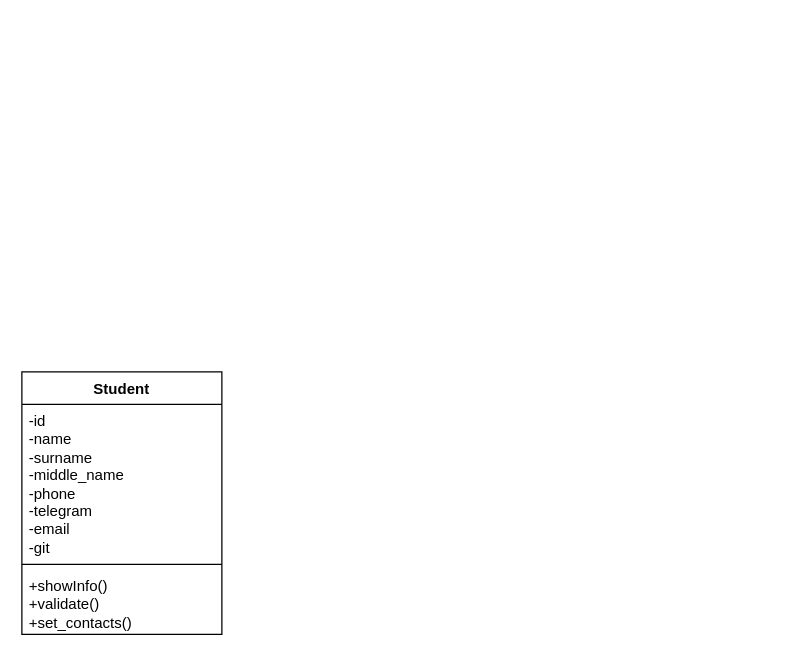
Before: Диаграмма классов.drawio in lotarv/designPatterns, a draw.io diagram. Source tidied: cells renumbered, new cells numbered last; positions are measured from the earlier drawing's top-left corner, leaving out a move shared by most shapes. Both pictures are drawn from the tidied source at 125%, with x=0, y=0 at pixel (21, 371).
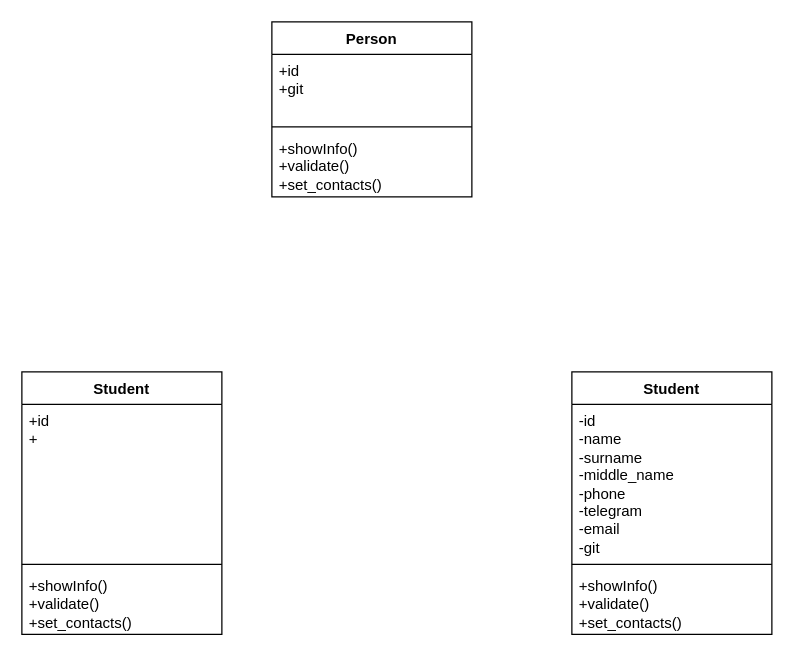
Above is the later version.

The edit, as a diff of the source:
```diff
@@
 <mxGraphModel>
   <root>
     <mxCell id="0" />
     <mxCell id="1" parent="0" />
     <mxCell id="2" value="Student" style="swimlane;fontStyle=1;align=center;verticalAlign=top;horizontal=1;startSize=26;whiteSpace=wrap;html=1;" parent="1" vertex="1">
       <mxGeometry width="160" height="210" as="geometry" />
     </mxCell>
-    <mxCell id="3" value="-id&lt;div&gt;-name&lt;/div&gt;&lt;div&gt;-surname&lt;/div&gt;&lt;div&gt;-middle_name&lt;/div&gt;&lt;div&gt;-phone&lt;/div&gt;&lt;div&gt;-telegram&lt;/div&gt;&lt;div&gt;-email&lt;/div&gt;&lt;div&gt;-git&lt;/div&gt;" style="text;strokeColor=none;fillColor=none;align=left;verticalAlign=top;spacingLeft=4;spacingRight=4;overflow=hidden;whiteSpace=wrap;html=1;" parent="2" vertex="1">
+    <mxCell id="3" value="+id&lt;div&gt;+&lt;/div&gt;" style="text;strokeColor=none;fillColor=none;align=left;verticalAlign=top;spacingLeft=4;spacingRight=4;overflow=hidden;whiteSpace=wrap;html=1;" parent="2" vertex="1">
       <mxGeometry y="26" width="160" height="124" as="geometry" />
     </mxCell>
     <mxCell id="4" style="line;strokeWidth=1;fillColor=none;align=left;verticalAlign=middle;spacingTop=-1;spacingLeft=3;spacingRight=3;labelPosition=right;strokeColor=inherit;" parent="2" vertex="1">
       <mxGeometry y="150" width="160" height="8" as="geometry" />
     </mxCell>
     <mxCell id="5" value="+showInfo()&lt;div&gt;+validate()&lt;/div&gt;&lt;div&gt;+set_contacts()&lt;/div&gt;&lt;div&gt;&lt;br&gt;&lt;/div&gt;" style="text;strokeColor=none;fillColor=none;align=left;verticalAlign=top;spacingLeft=4;spacingRight=4;overflow=hidden;whiteSpace=wrap;html=1;" parent="2" vertex="1">
       <mxGeometry y="158" width="160" height="52" as="geometry" />
     </mxCell>
+    <mxCell id="6" value="Student" style="swimlane;fontStyle=1;align=center;verticalAlign=top;horizontal=1;startSize=26;whiteSpace=wrap;html=1;" parent="1" vertex="1">
+      <mxGeometry x="440" width="160" height="210" as="geometry" />
+    </mxCell>
+    <mxCell id="7" value="-id&lt;div&gt;-name&lt;/div&gt;&lt;div&gt;-surname&lt;/div&gt;&lt;div&gt;-middle_name&lt;/div&gt;&lt;div&gt;-phone&lt;/div&gt;&lt;div&gt;-telegram&lt;/div&gt;&lt;div&gt;-email&lt;/div&gt;&lt;div&gt;-git&lt;/div&gt;" style="text;strokeColor=none;fillColor=none;align=left;verticalAlign=top;spacingLeft=4;spacingRight=4;overflow=hidden;whiteSpace=wrap;html=1;" parent="6" vertex="1">
+      <mxGeometry y="26" width="160" height="124" as="geometry" />
+    </mxCell>
+    <mxCell id="8" style="line;strokeWidth=1;fillColor=none;align=left;verticalAlign=middle;spacingTop=-1;spacingLeft=3;spacingRight=3;labelPosition=right;strokeColor=inherit;" parent="6" vertex="1">
+      <mxGeometry y="150" width="160" height="8" as="geometry" />
+    </mxCell>
+    <mxCell id="9" value="+showInfo()&lt;div&gt;+validate()&lt;/div&gt;&lt;div&gt;+set_contacts()&lt;/div&gt;&lt;div&gt;&lt;br&gt;&lt;/div&gt;" style="text;strokeColor=none;fillColor=none;align=left;verticalAlign=top;spacingLeft=4;spacingRight=4;overflow=hidden;whiteSpace=wrap;html=1;" parent="6" vertex="1">
+      <mxGeometry y="158" width="160" height="52" as="geometry" />
+    </mxCell>
+    <mxCell id="10" value="Person" style="swimlane;fontStyle=1;align=center;verticalAlign=top;horizontal=1;startSize=26;whiteSpace=wrap;html=1;" parent="1" vertex="1">
+      <mxGeometry x="200" y="-280" width="160" height="140" as="geometry" />
+    </mxCell>
+    <mxCell id="11" value="+id&lt;div&gt;+git&lt;/div&gt;" style="text;strokeColor=none;fillColor=none;align=left;verticalAlign=top;spacingLeft=4;spacingRight=4;overflow=hidden;whiteSpace=wrap;html=1;" parent="10" vertex="1">
+      <mxGeometry y="26" width="160" height="54" as="geometry" />
+    </mxCell>
+    <mxCell id="12" style="line;strokeWidth=1;fillColor=none;align=left;verticalAlign=middle;spacingTop=-1;spacingLeft=3;spacingRight=3;labelPosition=right;strokeColor=inherit;" parent="10" vertex="1">
+      <mxGeometry y="80" width="160" height="8" as="geometry" />
+    </mxCell>
+    <mxCell id="13" value="+showInfo()&lt;div&gt;+validate()&lt;/div&gt;&lt;div&gt;+set_contacts()&lt;/div&gt;&lt;div&gt;&lt;br&gt;&lt;/div&gt;" style="text;strokeColor=none;fillColor=none;align=left;verticalAlign=top;spacingLeft=4;spacingRight=4;overflow=hidden;whiteSpace=wrap;html=1;" parent="10" vertex="1">
+      <mxGeometry y="88" width="160" height="52" as="geometry" />
+    </mxCell>
   </root>
 </mxGraphModel>
```
